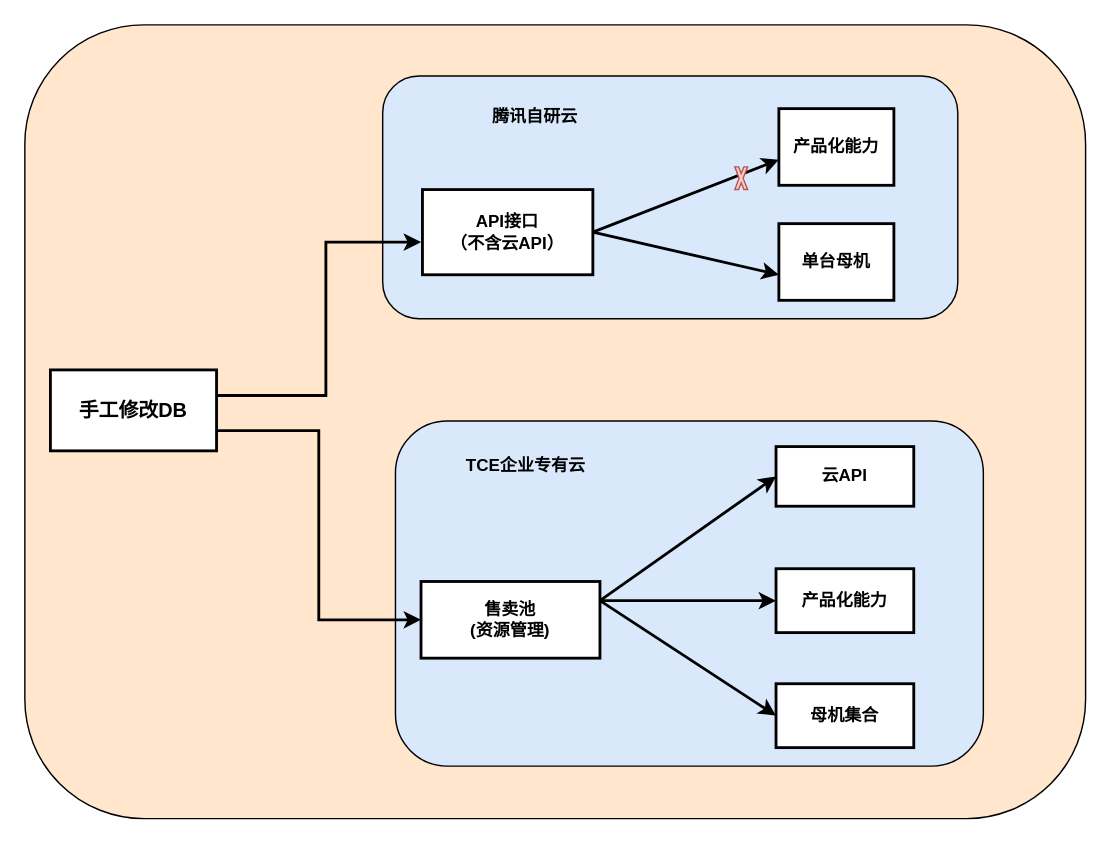
This is 超卖.drawio from hzsunzixiang/draw.io, a draw.io file, before an edit. Source tidied: cells renumbered, new cells numbered last; positions are measured from the earlier drawing's top-left corner, leaving out a move shared by most shapes. Both pictures are drawn from the tidied source at 142%, with x=0, y=0 at pixel (24, 24).
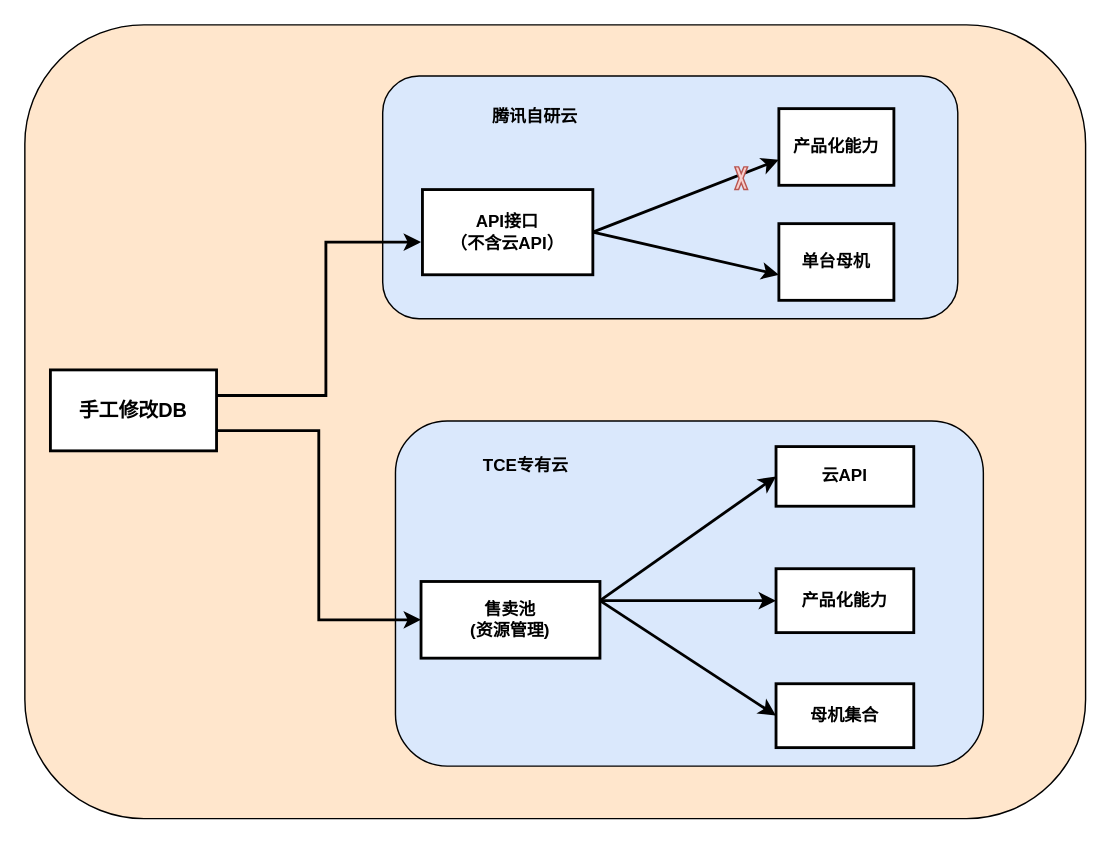
Above is the later version.

Unchanged cells that the change refers to:
```xml
<mxCell id="14" style="group;" parent="1" vertex="1">
  <mxGeometry x="279" y="297" width="396" height="225" as="geometry" />
</mxCell>
```

Change to the diagram source:
```diff
@@
-    <mxCell id="23" value="TCE企业专有云" style="text;html=1;align=center;verticalAlign=middle;whiteSpace=wrap;rounded=0;fontStyle=1;" parent="14" vertex="1">
+    <mxCell id="23" value="TCE专有云" style="text;html=1;align=center;verticalAlign=middle;whiteSpace=wrap;rounded=0;fontStyle=1;" parent="14" vertex="1">
       <mxGeometry x="31" width="86" height="27" as="geometry" />
     </mxCell>
```
